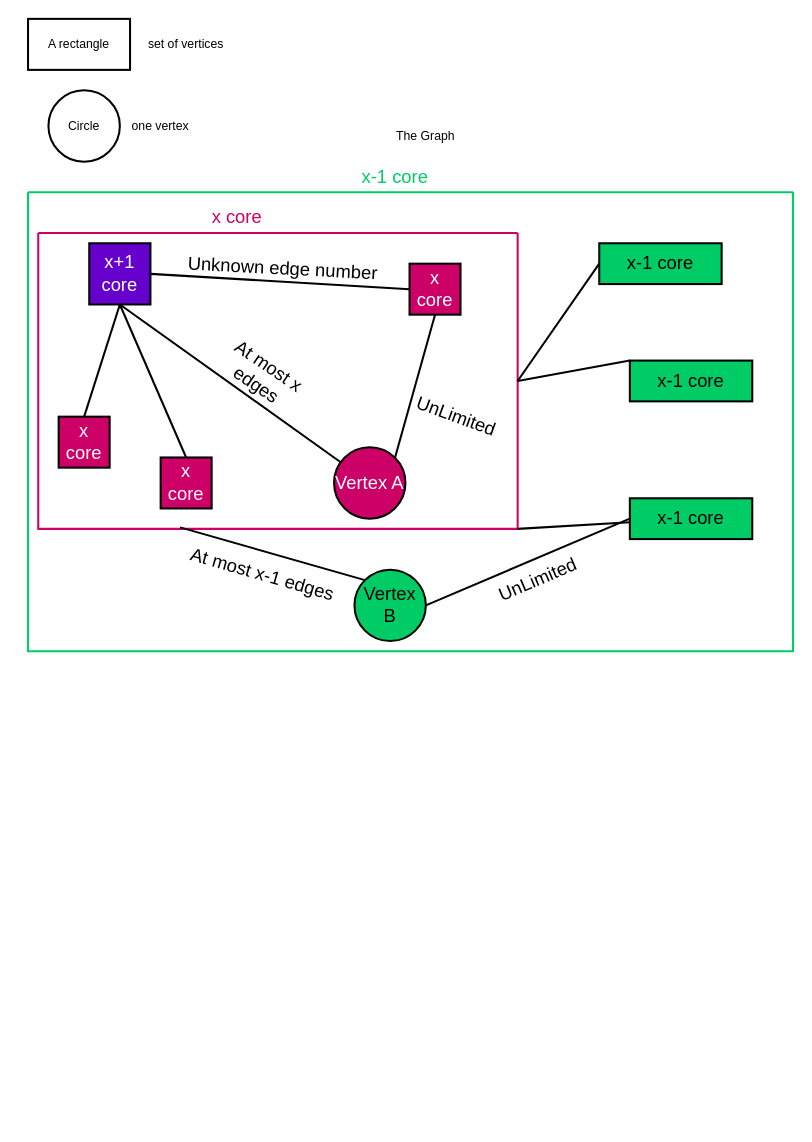
Earlier version of the draw.io diagram Assets/Web/graph_proof.drawio (13985/FYP). Source tidied: cells renumbered, new cells numbered last; positions are measured from the earlier drawing's top-left corner, leaving out a move shared by most shapes. Both pictures are drawn from the tidied source at 102%, with x=0, y=0 at pixel (28, 18).
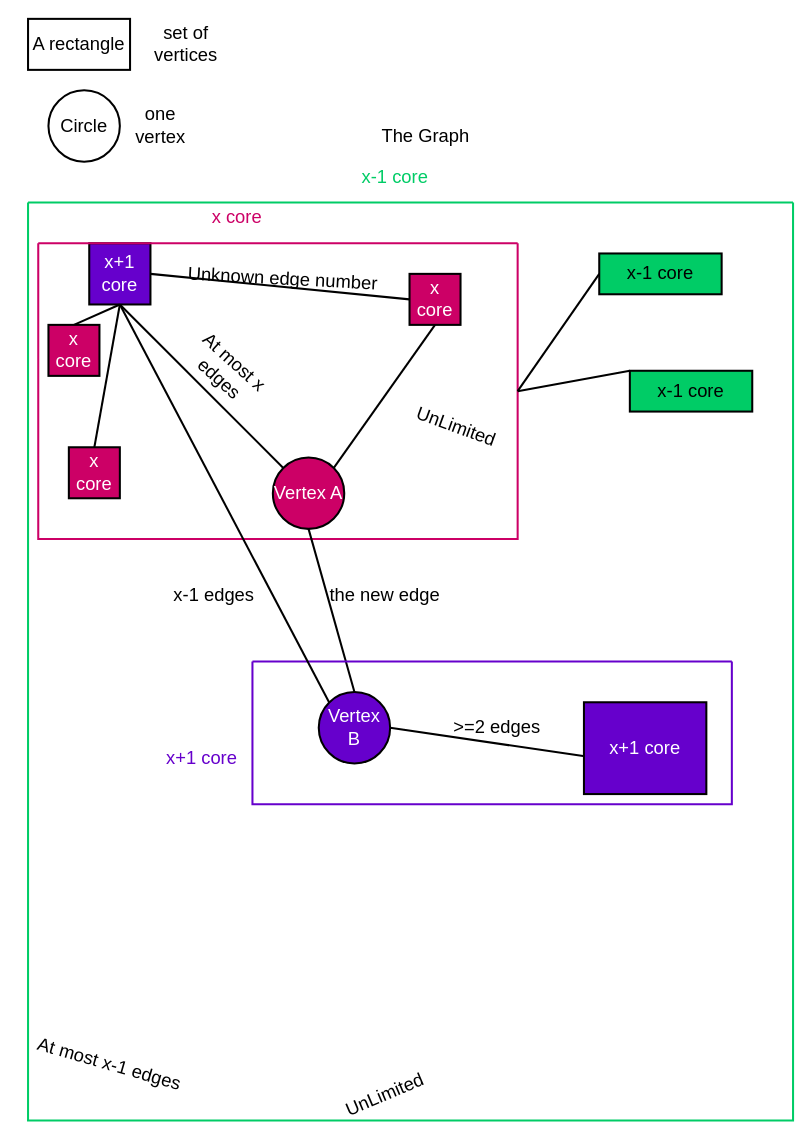
The same diagram, later.

The change refers to these unchanged cells:
```xml
<mxCell id="6" value="x+1 core" style="whiteSpace=wrap;html=1;fillColor=#6600CC;fontColor=#FFFFFF;strokeWidth=2;fontSize=18;" parent="1" vertex="1">
  <mxGeometry x="60" y="220" width="60" height="60" as="geometry" />
</mxCell>
<mxCell id="17" style="swimlane;startSize=0;fillColor=#CC0066;gradientColor=none;swimlaneFillColor=none;strokeColor=#CC0066;strokeWidth=2;fontSize=18;" parent="13" vertex="1">
  <mxGeometry x="10" y="40" width="470" height="290" as="geometry" />
</mxCell>
```

What changed in the source:
```diff
@@
-    <mxCell id="2" value="A rectangle" style="rounded=0;whiteSpace=wrap;html=1;strokeWidth=2;" parent="1" vertex="1">
+    <mxCell id="2" value="A rectangle" style="rounded=0;whiteSpace=wrap;html=1;strokeWidth=2;fontSize=18;" parent="1" vertex="1">
       <mxGeometry width="100" height="50" as="geometry" />
     </mxCell>
-    <mxCell id="3" value="set of vertices" style="text;html=1;align=center;verticalAlign=middle;whiteSpace=wrap;rounded=0;strokeWidth=2;" parent="1" vertex="1">
+    <mxCell id="3" value="set of vertices" style="text;html=1;align=center;verticalAlign=middle;whiteSpace=wrap;rounded=0;strokeWidth=2;fontSize=18;" parent="1" vertex="1">
       <mxGeometry x="100" y="10" width="110" height="30" as="geometry" />
     </mxCell>
-    <mxCell id="4" value="Circle" style="ellipse;whiteSpace=wrap;html=1;strokeWidth=2;" parent="1" vertex="1">
+    <mxCell id="4" value="Circle" style="ellipse;whiteSpace=wrap;html=1;strokeWidth=2;fontSize=18;" parent="1" vertex="1">
       <mxGeometry x="20" y="70" width="70" height="70" as="geometry" />
     </mxCell>
-    <mxCell id="5" value="one vertex" style="text;html=1;align=center;verticalAlign=middle;whiteSpace=wrap;rounded=0;strokeWidth=2;" parent="1" vertex="1">
+    <mxCell id="5" value="one vertex" style="text;html=1;align=center;verticalAlign=middle;whiteSpace=wrap;rounded=0;strokeWidth=2;fontSize=18;" parent="1" vertex="1">
       <mxGeometry x="100" y="90" width="60" height="30" as="geometry" />
     </mxCell>
@@
-    <mxCell id="7" value="The Graph" style="text;html=1;align=center;verticalAlign=middle;whiteSpace=wrap;rounded=0;strokeWidth=2;" parent="1" vertex="1">
+    <mxCell id="7" value="The Graph" style="text;html=1;align=center;verticalAlign=middle;whiteSpace=wrap;rounded=0;strokeWidth=2;fontSize=18;" parent="1" vertex="1">
       <mxGeometry x="235" y="100" width="310" height="30" as="geometry" />
     </mxCell>
@@
     <mxCell id="13" style="swimlane;startSize=0;fontColor=#00CC66;strokeColor=#00CC66;strokeWidth=2;fontSize=18;" parent="1" vertex="1">
-      <mxGeometry y="170" width="750" height="450" as="geometry" />
+      <mxGeometry y="180" width="750" height="900" as="geometry" />
     </mxCell>
-    <mxCell id="14" value="At most x edges" style="text;html=1;align=center;verticalAlign=middle;whiteSpace=wrap;rounded=0;rotation=34;strokeWidth=2;fontSize=18;" parent="13" vertex="1">
-      <mxGeometry x="175" y="165" width="110" height="30" as="geometry" />
-    </mxCell>
@@
     <mxCell id="18" value="x core" style="whiteSpace=wrap;html=1;fillColor=#CC0066;fontColor=#ffffff;strokeWidth=2;fontSize=18;" parent="17" vertex="1">
-      <mxGeometry x="120" y="220" width="50" height="50" as="geometry" />
+      <mxGeometry x="30" y="200" width="50" height="50" as="geometry" />
     </mxCell>
     <mxCell id="19" value="x core" style="whiteSpace=wrap;html=1;fillColor=#CC0066;fontColor=#ffffff;strokeWidth=2;fontSize=18;" parent="17" vertex="1">
-      <mxGeometry x="20" y="180" width="50" height="50" as="geometry" />
+      <mxGeometry x="10" y="80" width="50" height="50" as="geometry" />
     </mxCell>
     <mxCell id="20" value="Vertex A" style="ellipse;whiteSpace=wrap;html=1;fillColor=#CC0066;fontColor=#ffffff;strokeWidth=2;fontSize=18;" parent="17" vertex="1">
-      <mxGeometry x="290" y="210" width="70" height="70" as="geometry" />
+      <mxGeometry x="230" y="210" width="70" height="70" as="geometry" />
     </mxCell>
@@
+    <mxCell id="14" value="At most x edges" style="text;html=1;align=center;verticalAlign=middle;whiteSpace=wrap;rounded=0;rotation=42;strokeWidth=2;fontSize=18;" parent="17" vertex="1">
+      <mxGeometry x="130" y="110" width="110" height="30" as="geometry" />
+    </mxCell>
@@
-    <mxCell id="27" value="x-1 core" style="rounded=0;whiteSpace=wrap;html=1;fontColor=default;strokeColor=default;fillColor=#00CC66;strokeWidth=2;fontSize=18;" parent="13" vertex="1">
-      <mxGeometry x="590" y="300" width="120" height="40" as="geometry" />
-    </mxCell>
-    <mxCell id="28" style="endArrow=none;html=1;rounded=0;entryX=1;entryY=1;entryDx=0;entryDy=0;strokeWidth=2;fontSize=18;" parent="13" edge="1" source="27" target="17">
-      <mxGeometry relative="1" as="geometry" />
-    </mxCell>
-    <mxCell id="29" value="Vertex B" style="ellipse;whiteSpace=wrap;html=1;fillColor=#00CC66;strokeWidth=2;fontSize=18;" parent="13" vertex="1">
-      <mxGeometry x="320" y="370" width="70" height="70" as="geometry" />
+    <mxCell id="29" value="Vertex B" style="ellipse;whiteSpace=wrap;html=1;fillColor=#6600CC;strokeWidth=2;fontSize=18;fontColor=#FFFFFF;" parent="13" vertex="1">
+      <mxGeometry x="285" y="480" width="70" height="70" as="geometry" />
     </mxCell>
+    <mxCell id="35" value="x-1 edges" style="text;html=1;align=center;verticalAlign=middle;whiteSpace=wrap;rounded=0;strokeWidth=2;fontSize=18;" parent="13" vertex="1">
+      <mxGeometry x="125" y="370" width="115" height="30" as="geometry" />
+    </mxCell>
+    <mxCell id="36" style="endArrow=none;html=1;rounded=0;exitX=0.5;exitY=0;exitDx=0;exitDy=0;entryX=0.5;entryY=1;entryDx=0;entryDy=0;strokeWidth=2;fontSize=18;" parent="13" edge="1" source="29" target="20">
+      <mxGeometry relative="1" as="geometry" />
+    </mxCell>
+    <mxCell id="37" value="the new edge" style="text;html=1;align=center;verticalAlign=middle;whiteSpace=wrap;rounded=0;strokeWidth=2;fontSize=18;" parent="13" vertex="1">
+      <mxGeometry x="285" y="370" width="130" height="30" as="geometry" />
+    </mxCell>
+    <mxCell id="38" value="&lt;font style=&quot;font-size: 18px;&quot;&gt;&amp;gt;=2 edges&lt;/font&gt;" style="text;html=1;align=center;verticalAlign=middle;whiteSpace=wrap;rounded=0;" parent="13" vertex="1">
+      <mxGeometry x="400" y="500" width="120" height="30" as="geometry" />
+    </mxCell>
+    <mxCell id="39" value="&lt;font color=&quot;#6600cc&quot; style=&quot;font-size: 18px;&quot;&gt;x+1 core&lt;/font&gt;" style="text;html=1;align=center;verticalAlign=middle;strokeColor=none;fillColor=none;" parent="13" vertex="1">
+      <mxGeometry x="125" y="525" width="90" height="40" as="geometry" />
+    </mxCell>
+    <mxCell id="34" value="&lt;font style=&quot;font-size: 18px;&quot; color=&quot;#00cc66&quot;&gt;x-1 core&lt;/font&gt;" style="text;html=1;align=center;verticalAlign=middle;whiteSpace=wrap;rounded=0;fontSize=18;strokeWidth=2;" parent="1" vertex="1">
+      <mxGeometry x="280" y="140" width="160" height="30" as="geometry" />
+    </mxCell>
+    <mxCell id="33" value="At most x-1 edges" style="text;html=1;align=center;verticalAlign=middle;whiteSpace=wrap;rounded=0;rotation=16;strokeWidth=2;fontSize=18;" parent="1" vertex="1">
+      <mxGeometry x="-10" y="1010" width="180" height="30" as="geometry" />
+    </mxCell>
+    <mxCell id="32" value="UnLimited" style="text;html=1;align=center;verticalAlign=middle;whiteSpace=wrap;rounded=0;rotation=-23;strokeWidth=2;fontSize=18;" parent="1" vertex="1">
+      <mxGeometry x="310" y="1040" width="80" height="30" as="geometry" />
+    </mxCell>
+    <mxCell id="40" style="swimlane;startSize=0;strokeWidth=2;strokeColor=#6600CC;" parent="1" vertex="1">
+      <mxGeometry x="220" y="630" width="470" height="140" as="geometry" />
+    </mxCell>
+    <mxCell id="41" value="x+1 core" style="rounded=0;whiteSpace=wrap;html=1;strokeWidth=2;fontSize=18;fillColor=#6600cc;fontColor=#FFFFFF;" parent="40" vertex="1">
+      <mxGeometry x="325" y="40" width="120" height="90" as="geometry" />
+    </mxCell>
+    <mxCell id="42" style="endArrow=none;html=1;rounded=0;entryX=-0.007;entryY=0.586;entryDx=0;entryDy=0;entryPerimeter=0;exitX=1;exitY=0.5;exitDx=0;exitDy=0;strokeWidth=2;" parent="1" edge="1" source="29" target="41">
+      <mxGeometry relative="1" as="geometry" />
+    </mxCell>
-    <mxCell id="30" style="endArrow=none;html=1;rounded=0;exitX=0;exitY=0;exitDx=0;exitDy=0;entryX=0.296;entryY=0.995;entryDx=0;entryDy=0;entryPerimeter=0;strokeWidth=2;fontSize=18;" parent="13" edge="1" source="29" target="17">
+    <mxCell id="30" style="endArrow=none;html=1;rounded=0;exitX=0;exitY=0;exitDx=0;exitDy=0;entryX=0.5;entryY=1;entryDx=0;entryDy=0;strokeWidth=2;fontSize=18;" parent="1" edge="1" source="29" target="6">
       <mxGeometry relative="1" as="geometry" />
     </mxCell>
-    <mxCell id="31" style="endArrow=none;html=1;rounded=0;exitX=1;exitY=0.5;exitDx=0;exitDy=0;entryX=0;entryY=0.5;entryDx=0;entryDy=0;strokeWidth=2;fontSize=18;" parent="13" edge="1" source="29" target="27">
-      <mxGeometry relative="1" as="geometry" />
-    </mxCell>
-    <mxCell id="32" value="UnLimited" style="text;html=1;align=center;verticalAlign=middle;whiteSpace=wrap;rounded=0;rotation=-23;strokeWidth=2;fontSize=18;" parent="13" vertex="1">
-      <mxGeometry x="460" y="365" width="80" height="30" as="geometry" />
-    </mxCell>
-    <mxCell id="33" value="At most x-1 edges" style="text;html=1;align=center;verticalAlign=middle;whiteSpace=wrap;rounded=0;rotation=16;strokeWidth=2;fontSize=18;" parent="13" vertex="1">
-      <mxGeometry x="140" y="360" width="180" height="30" as="geometry" />
-    </mxCell>
-    <mxCell id="34" value="&lt;font color=&quot;#00cc66&quot; style=&quot;font-size: 18px;&quot;&gt;x-1 core&lt;/font&gt;" style="text;html=1;align=center;verticalAlign=middle;whiteSpace=wrap;rounded=0;fontSize=18;" parent="1" vertex="1">
-      <mxGeometry x="280" y="140" width="160" height="30" as="geometry" />
-    </mxCell>
```
